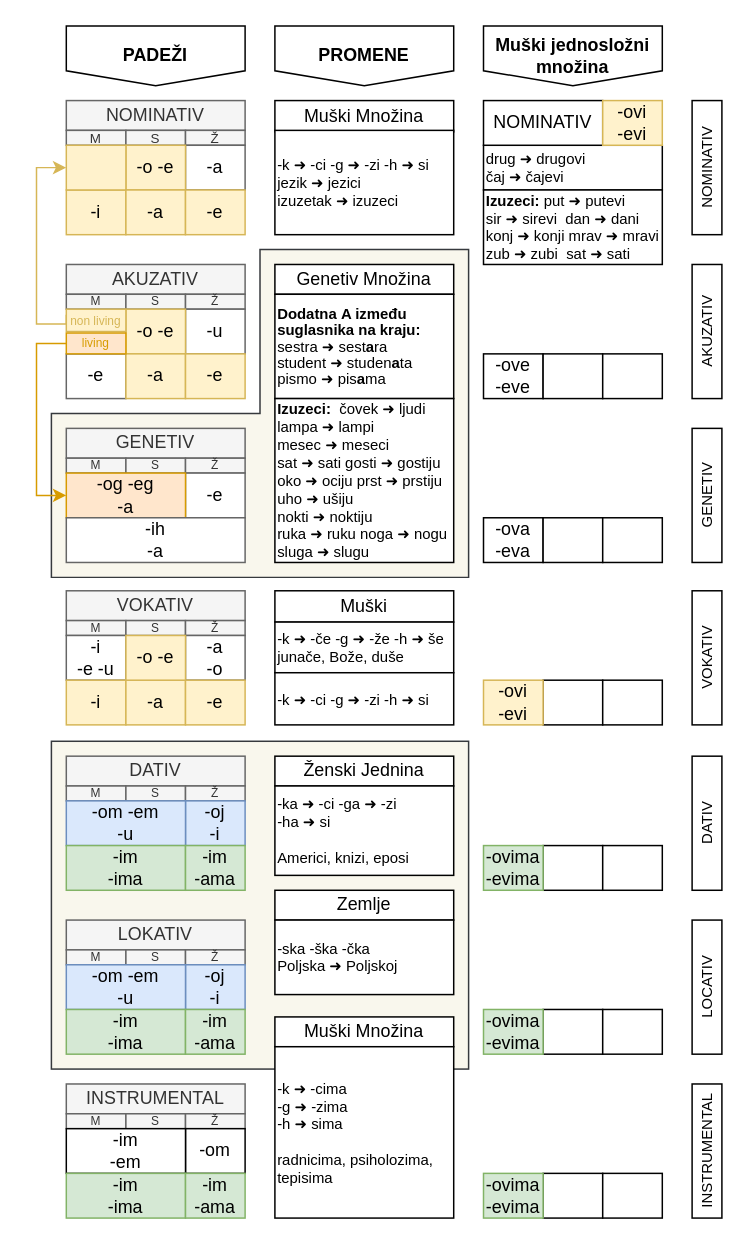
The draw.io diagram padezi.drawio in vlandivir/srpski, before the edit. Source tidied: cells renumbered, new cells numbered last; positions are measured from the earlier drawing's top-left corner, leaving out a move shared by most shapes. Both pictures are drawn from the tidied source at 149%, with x=0, y=0 at pixel (36, 25).
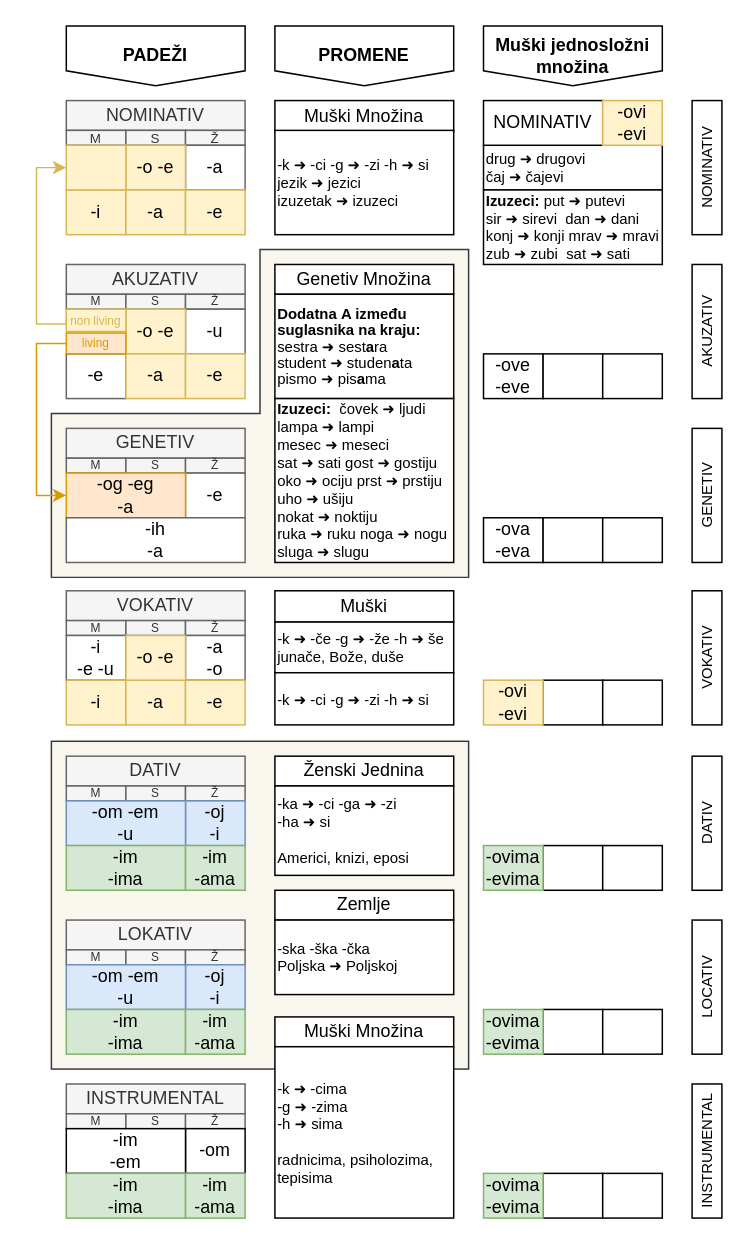
After the change.

What changed in the source:
```diff
@@
-    <mxCell id="106" value="&lt;b&gt;Izuzeci:&amp;nbsp; &lt;/b&gt;čovek&lt;b&gt;&amp;nbsp;&lt;/b&gt;➜ ljudi&lt;br&gt;lampa ➜ lampi&lt;br&gt;mesec ➜ meseci&lt;br&gt;sat ➜ sati gosti ➜ gostiju&lt;br&gt;oko ➜ ociju prst ➜ prstiju&lt;br&gt;uho ➜ ušiju&lt;br&gt;nokti ➜ noktiju&lt;br&gt;ruka ➜ ruku noga ➜ nogu&lt;br&gt;sluga ➜ slugu" style="rounded=0;whiteSpace=wrap;html=1;align=left;fontSize=10;" parent="1" vertex="1">
+    <mxCell id="106" value="&lt;b&gt;Izuzeci:&amp;nbsp; &lt;/b&gt;čovek&lt;b&gt;&amp;nbsp;&lt;/b&gt;➜ ljudi&lt;br&gt;lampa ➜ lampi&lt;br&gt;mesec ➜ meseci&lt;br&gt;sat ➜ sati gost&amp;nbsp;➜ gostiju&lt;br&gt;oko ➜ ociju prst ➜ prstiju&lt;br&gt;uho ➜ ušiju&lt;br&gt;nokat ➜ noktiju&lt;br&gt;ruka ➜ ruku noga ➜ nogu&lt;br&gt;sluga ➜ slugu" style="rounded=0;whiteSpace=wrap;html=1;align=left;fontSize=10;" parent="1" vertex="1">
       <mxGeometry x="160" y="250" width="120" height="110" as="geometry" />
     </mxCell>
```
